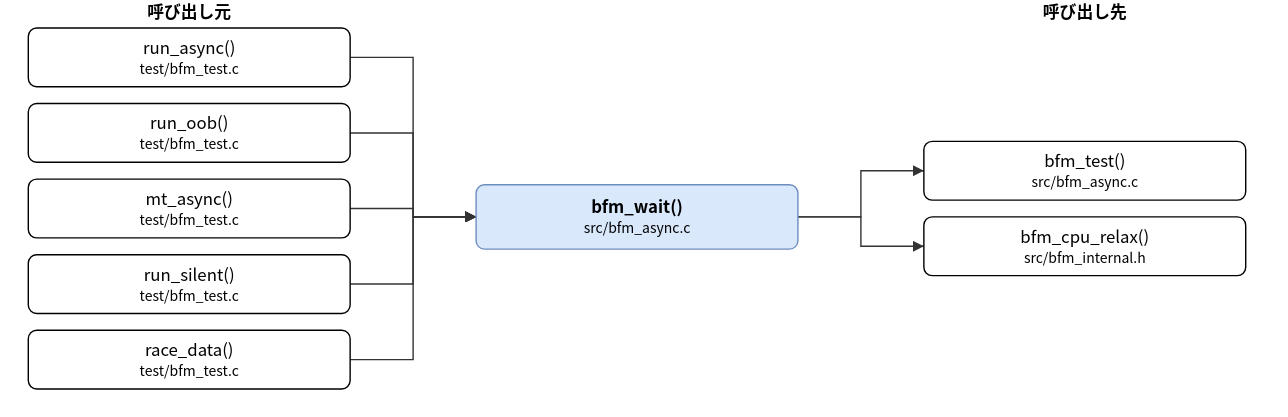
This is doc/spec/images/call_src_bfm_async-bfm_wait.drawio.svg from hf355051012-ai/bfmem, a draw.io export, as it was before one commit. Source tidied: cells renumbered, new cells last; positions are measured from the earlier drawing's top-left corner, leaving out a move shared by most shapes.
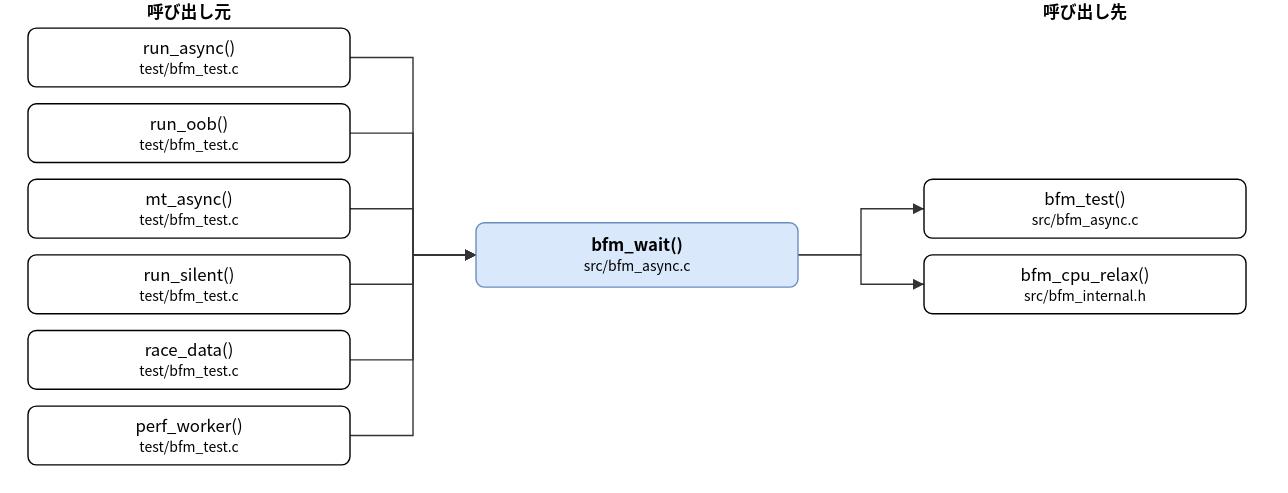
After the commit.

Diff of the diagram source:
```diff
@@ -3,7 +3,7 @@
     <mxCell id="0" />
     <mxCell id="1" parent="0" />
     <mxCell id="2" value="bfm_wait()&lt;br&gt;&lt;font style=&quot;font-size:10px&quot;&gt;src/bfm_async.c&lt;/font&gt;" style="rounded=1;whiteSpace=wrap;html=1;fillColor=#dae8fc;strokeColor=#6c8ebf;fontStyle=1;" parent="1" vertex="1">
-      <mxGeometry x="320" y="132" width="230" height="46" as="geometry" />
+      <mxGeometry x="320" y="159" width="230" height="46" as="geometry" />
     </mxCell>
     <mxCell id="3" value="run_async()&lt;br&gt;&lt;font style=&quot;font-size:10px&quot;&gt;test/bfm_test.c&lt;/font&gt;" style="rounded=1;whiteSpace=wrap;html=1;" parent="1" vertex="1">
       <mxGeometry y="20" width="230" height="42" as="geometry" />
@@ -20,17 +20,20 @@
     <mxCell id="7" value="race_data()&lt;br&gt;&lt;font style=&quot;font-size:10px&quot;&gt;test/bfm_test.c&lt;/font&gt;" style="rounded=1;whiteSpace=wrap;html=1;" parent="1" vertex="1">
       <mxGeometry y="236" width="230" height="42" as="geometry" />
     </mxCell>
+    <mxCell id="19" value="perf_worker()&lt;br&gt;&lt;font style=&quot;font-size:10px&quot;&gt;test/bfm_test.c&lt;/font&gt;" style="rounded=1;whiteSpace=wrap;html=1;" parent="1" vertex="1">
+      <mxGeometry y="290" width="230" height="42" as="geometry" />
+    </mxCell>
     <mxCell id="8" value="bfm_test()&lt;br&gt;&lt;font style=&quot;font-size:10px&quot;&gt;src/bfm_async.c&lt;/font&gt;" style="rounded=1;whiteSpace=wrap;html=1;" parent="1" vertex="1">
-      <mxGeometry x="640" y="101" width="230" height="42" as="geometry" />
+      <mxGeometry x="640" y="128" width="230" height="42" as="geometry" />
     </mxCell>
     <mxCell id="9" value="bfm_cpu_relax()&lt;br&gt;&lt;font style=&quot;font-size:10px&quot;&gt;src/bfm_internal.h&lt;/font&gt;" style="rounded=1;whiteSpace=wrap;html=1;" parent="1" vertex="1">
-      <mxGeometry x="640" y="155" width="230" height="42" as="geometry" />
+      <mxGeometry x="640" y="182" width="230" height="42" as="geometry" />
     </mxCell>
     <mxCell id="10" style="edgeStyle=none;html=1;rounded=0;endArrow=block;endFill=1;exitX=1.0000;exitY=0.5000;exitDx=0;exitDy=0;exitPerimeter=0;entryX=0.0000;entryY=0.5000;entryDx=0;entryDy=0;entryPerimeter=0;" parent="1" edge="1" source="3" target="2">
       <mxGeometry relative="1" as="geometry">
         <Array as="points">
           <mxPoint x="275" y="41" />
-          <mxPoint x="275" y="155" />
+          <mxPoint x="275" y="182" />
         </Array>
       </mxGeometry>
     </mxCell>
@@ -38,7 +41,7 @@
       <mxGeometry relative="1" as="geometry">
         <Array as="points">
           <mxPoint x="275" y="95" />
-          <mxPoint x="275" y="155" />
+          <mxPoint x="275" y="182" />
         </Array>
       </mxGeometry>
     </mxCell>
@@ -46,7 +49,7 @@
       <mxGeometry relative="1" as="geometry">
         <Array as="points">
           <mxPoint x="275" y="149" />
-          <mxPoint x="275" y="155" />
+          <mxPoint x="275" y="182" />
         </Array>
       </mxGeometry>
     </mxCell>
@@ -54,7 +57,7 @@
       <mxGeometry relative="1" as="geometry">
         <Array as="points">
           <mxPoint x="275" y="203" />
-          <mxPoint x="275" y="155" />
+          <mxPoint x="275" y="182" />
         </Array>
       </mxGeometry>
     </mxCell>
@@ -62,26 +65,34 @@
       <mxGeometry relative="1" as="geometry">
         <Array as="points">
           <mxPoint x="275" y="257" />
-          <mxPoint x="275" y="155" />
+          <mxPoint x="275" y="182" />
         </Array>
       </mxGeometry>
     </mxCell>
-    <mxCell id="15" style="edgeStyle=none;html=1;rounded=0;endArrow=block;endFill=1;exitX=1.0000;exitY=0.5000;exitDx=0;exitDy=0;exitPerimeter=0;entryX=0.0000;entryY=0.5000;entryDx=0;entryDy=0;entryPerimeter=0;" parent="1" edge="1" source="2" target="8">
+    <mxCell id="15" style="edgeStyle=none;html=1;rounded=0;endArrow=block;endFill=1;exitX=1.0000;exitY=0.5000;exitDx=0;exitDy=0;exitPerimeter=0;entryX=0.0000;entryY=0.5000;entryDx=0;entryDy=0;entryPerimeter=0;" parent="1" edge="1" source="19" target="2">
       <mxGeometry relative="1" as="geometry">
         <Array as="points">
-          <mxPoint x="595" y="155" />
-          <mxPoint x="595" y="122" />
+          <mxPoint x="275" y="311" />
+          <mxPoint x="275" y="182" />
         </Array>
       </mxGeometry>
     </mxCell>
-    <mxCell id="16" style="edgeStyle=none;html=1;rounded=0;endArrow=block;endFill=1;exitX=1.0000;exitY=0.5000;exitDx=0;exitDy=0;exitPerimeter=0;entryX=0.0000;entryY=0.5000;entryDx=0;entryDy=0;entryPerimeter=0;" parent="1" edge="1" source="2" target="9">
+    <mxCell id="16" style="edgeStyle=none;html=1;rounded=0;endArrow=block;endFill=1;exitX=1.0000;exitY=0.5000;exitDx=0;exitDy=0;exitPerimeter=0;entryX=0.0000;entryY=0.5000;entryDx=0;entryDy=0;entryPerimeter=0;" parent="1" edge="1" source="2" target="8">
       <mxGeometry relative="1" as="geometry">
         <Array as="points">
-          <mxPoint x="595" y="155" />
-          <mxPoint x="595" y="176" />
+          <mxPoint x="595" y="182" />
+          <mxPoint x="595" y="149" />
         </Array>
       </mxGeometry>
     </mxCell>
+    <mxCell id="20" style="edgeStyle=none;html=1;rounded=0;endArrow=block;endFill=1;exitX=1.0000;exitY=0.5000;exitDx=0;exitDy=0;exitPerimeter=0;entryX=0.0000;entryY=0.5000;entryDx=0;entryDy=0;entryPerimeter=0;" parent="1" edge="1" source="2" target="9">
+      <mxGeometry relative="1" as="geometry">
+        <Array as="points">
+          <mxPoint x="595" y="182" />
+          <mxPoint x="595" y="203" />
+        </Array>
+      </mxGeometry>
+    </mxCell>
     <mxCell id="17" value="呼び出し元" style="text;html=1;align=center;fontStyle=1;" parent="1" vertex="1">
       <mxGeometry x="35" width="160" height="18" as="geometry" />
     </mxCell>
```
